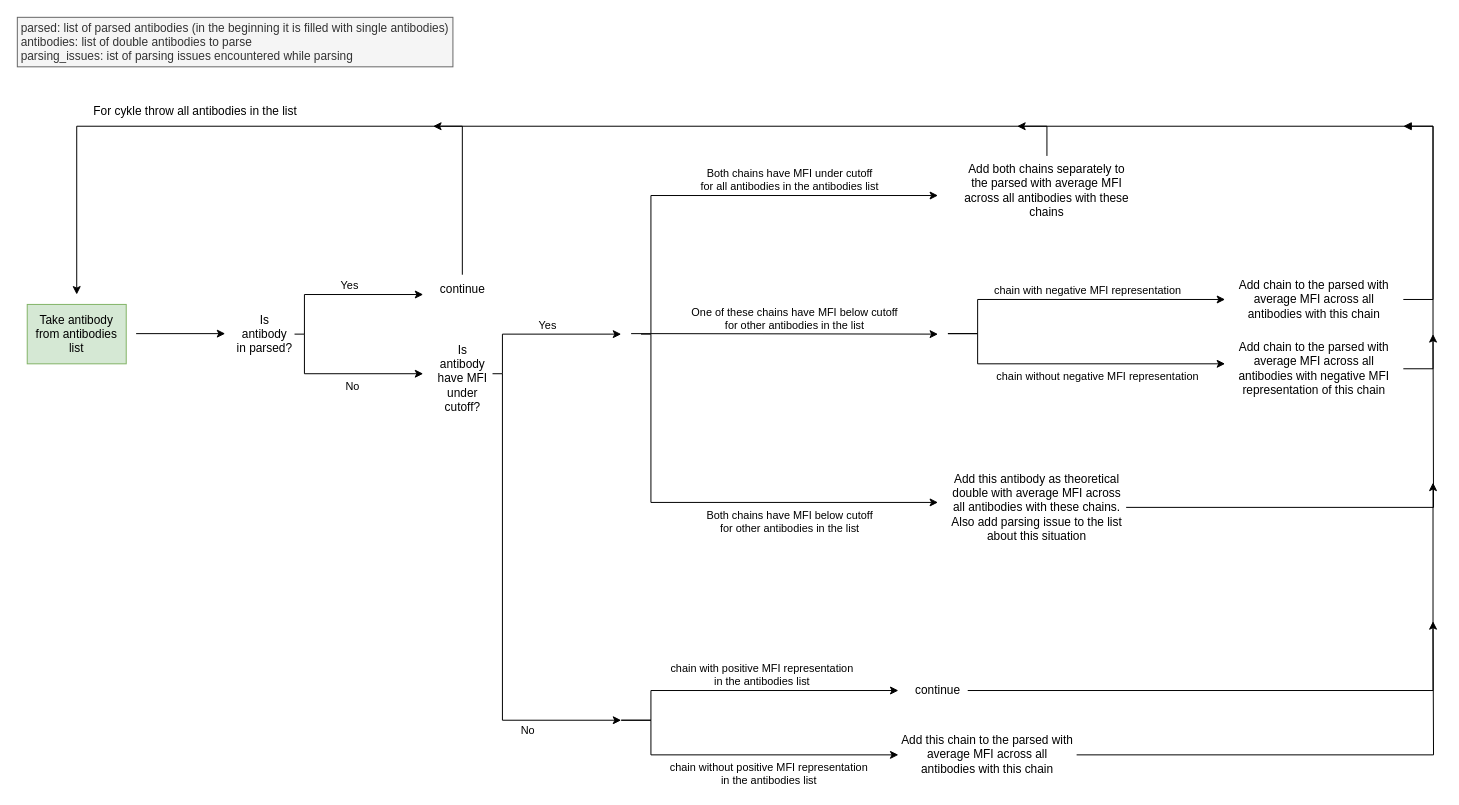
This is documentation/double_antibodies_parsing/double_antibodies_parsing_algorithm.drawio from mild-blue/txmatching, a draw.io file, before an edit. Source tidied: cells renumbered, new cells numbered last; positions are measured from the earlier drawing's top-left corner, leaving out a move shared by most shapes. Both pictures are drawn from the tidied source at 99%, with x=0, y=0 at pixel (17, 17).
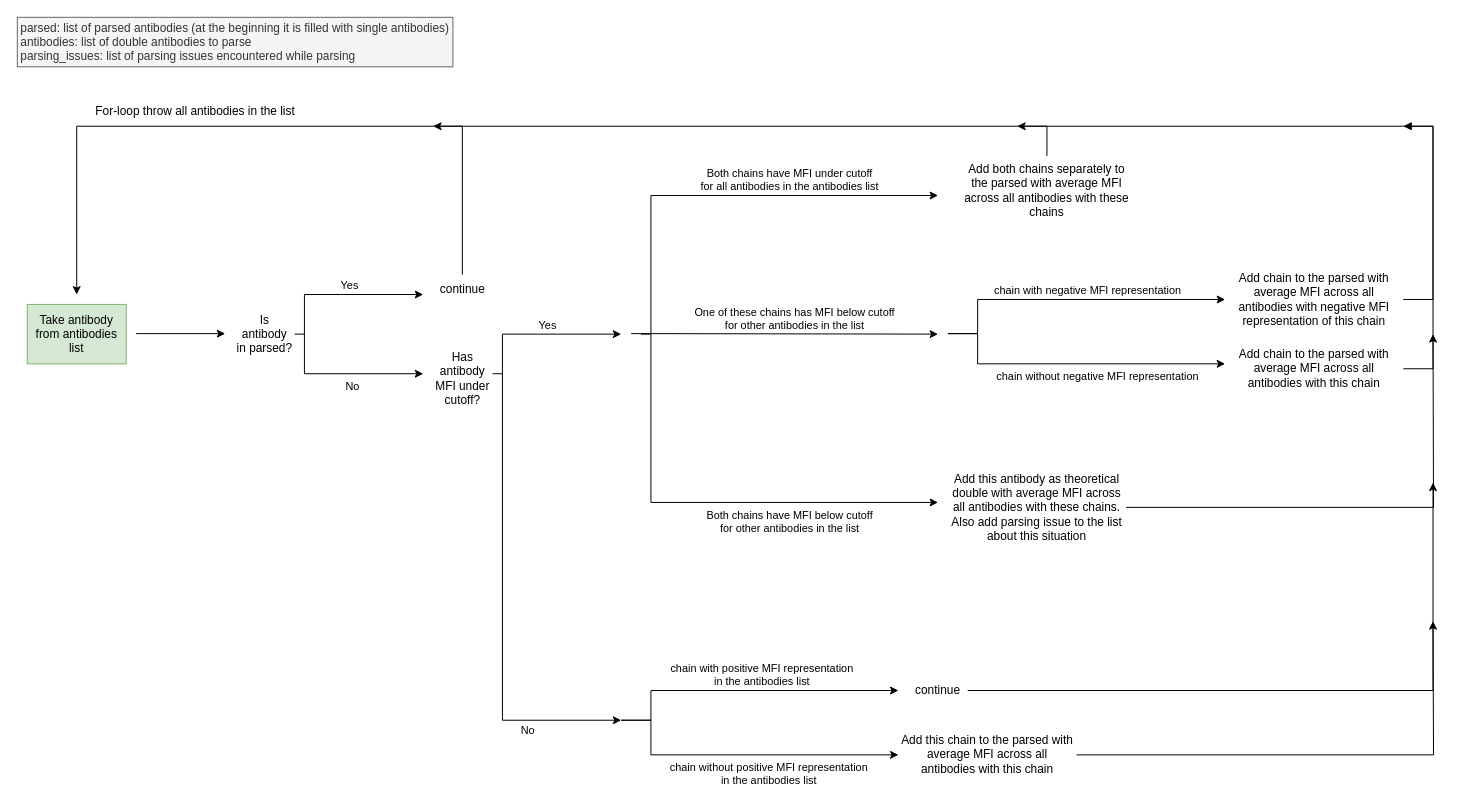
The same diagram, later.

Diff of the diagram source:
```diff
@@
-    <mxCell id="2" value="parsed: list of parsed antibodies (in the beginning it is filled with single antibodies)&lt;br&gt;&lt;div style=&quot;text-align: left;&quot;&gt;antibodies: list of double antibodies to parse&lt;/div&gt;&lt;div style=&quot;text-align: left;&quot;&gt;parsing_issues: ist of parsing issues encountered while parsing&lt;/div&gt;" style="text;align=center;html=1;verticalAlign=middle;whiteSpace=wrap;rounded=0;fillColor=#f5f5f5;fontColor=#333333;strokeColor=#666666;fillStyle=auto;" parent="1" vertex="1">
+    <mxCell id="2" value="parsed: list of parsed antibodies (at the beginning it is filled with single antibodies)&lt;br&gt;&lt;div style=&quot;text-align: left;&quot;&gt;antibodies: list of double antibodies to parse&lt;/div&gt;&lt;div style=&quot;text-align: left;&quot;&gt;parsing_issues: list of parsing issues encountered while parsing&lt;/div&gt;" style="text;align=center;html=1;verticalAlign=middle;whiteSpace=wrap;rounded=0;fillColor=#f5f5f5;fontColor=#333333;strokeColor=#666666;fillStyle=auto;" parent="1" vertex="1">
       <mxGeometry width="440" height="50" as="geometry" />
     </mxCell>
@@
-    <mxCell id="10" value="Is antibody have MFI under cutoff?" style="text;strokeColor=none;align=center;fillColor=none;html=1;verticalAlign=middle;whiteSpace=wrap;rounded=0;" parent="1" vertex="1">
+    <mxCell id="10" value="Has antibody MFI under cutoff?" style="text;strokeColor=none;align=center;fillColor=none;html=1;verticalAlign=middle;whiteSpace=wrap;rounded=0;" parent="1" vertex="1">
       <mxGeometry x="420" y="350" width="60" height="30" as="geometry" />
     </mxCell>
@@
-    <mxCell id="14" value="One of these chains have MFI below cutoff&lt;br&gt;for other antibodies in the list" style="edgeStyle=none;orthogonalLoop=1;jettySize=auto;html=1;rounded=0;verticalAlign=bottom;" parent="1" edge="1">
+    <mxCell id="14" value="One of these chains has MFI below cutoff&lt;br&gt;for other antibodies in the list" style="edgeStyle=none;orthogonalLoop=1;jettySize=auto;html=1;rounded=0;verticalAlign=bottom;" parent="1" edge="1">
       <mxGeometry relative="1" as="geometry">
         <mxPoint x="640" y="319.5" as="sourcePoint" />
         <mxPoint x="930" y="320" as="targetPoint" />
       </mxGeometry>
     </mxCell>
@@
-    <mxCell id="18" value="chain with negative MFI representation" style="edgeStyle=elbowEdgeStyle;jettySize=auto;html=1;rounded=0;align=center;verticalAlign=bottom;entryX=0;entryY=0.5;entryDx=0;entryDy=0;" parent="1" edge="1" target="20">
+    <mxCell id="18" value="chain with negative MFI representation" style="edgeStyle=elbowEdgeStyle;jettySize=auto;html=1;rounded=0;align=center;verticalAlign=bottom;entryX=0;entryY=0.5;entryDx=0;entryDy=0;" parent="1" edge="1" target="23">
       <mxGeometry x="0.11" relative="1" as="geometry">
         <mxPoint x="940" y="319.5" as="sourcePoint" />
         <Array as="points">
           <mxPoint x="970" y="300" />
         </Array>
       </mxGeometry>
     </mxCell>
@@
     <mxCell id="20" value="Add chain to the parsed with average MFI across all antibodies with this chain" style="text;strokeColor=none;align=center;fillColor=none;html=1;verticalAlign=middle;whiteSpace=wrap;rounded=0;" parent="1" vertex="1">
-      <mxGeometry x="1220" y="260" width="180" height="50" as="geometry" />
+      <mxGeometry x="1220" y="330" width="180" height="50" as="geometry" />
     </mxCell>
@@
     <mxCell id="23" value="Add chain to the parsed with average MFI across all antibodies with negative MFI representation of this chain" style="text;strokeColor=none;align=center;fillColor=none;html=1;verticalAlign=middle;whiteSpace=wrap;rounded=0;" parent="1" vertex="1">
-      <mxGeometry x="1220" y="330" width="180" height="50" as="geometry" />
+      <mxGeometry x="1220" y="260" width="180" height="50" as="geometry" />
     </mxCell>
@@
-    <mxCell id="32" value="For cykle throw all antibodies in the list" style="text;strokeColor=none;align=center;fillColor=none;html=1;verticalAlign=middle;whiteSpace=wrap;rounded=0;" parent="1" vertex="1">
+    <mxCell id="32" value="For-loop throw all antibodies in the list" style="text;strokeColor=none;align=center;fillColor=none;html=1;verticalAlign=middle;whiteSpace=wrap;rounded=0;" parent="1" vertex="1">
       <mxGeometry x="60" y="80" width="240" height="30" as="geometry" />
     </mxCell>
```
